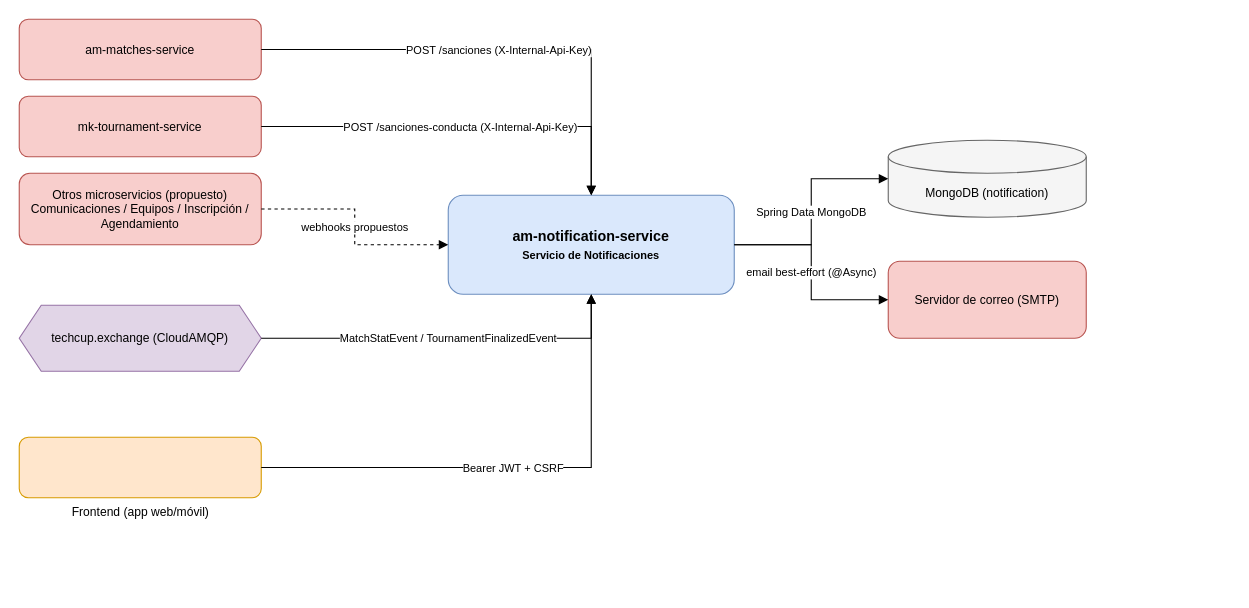
Earlier version of the draw.io diagram docs/assets/diagrams/context-diagram.drawio (TECH-CUP-2026-INT/am-notification-service). Source tidied: cells renumbered, new cells numbered last; positions are measured from the earlier drawing's top-left corner, leaving out a move shared by most shapes. Both pictures are drawn from the tidied source at 110%, with x=0, y=0 at pixel (19, 19).
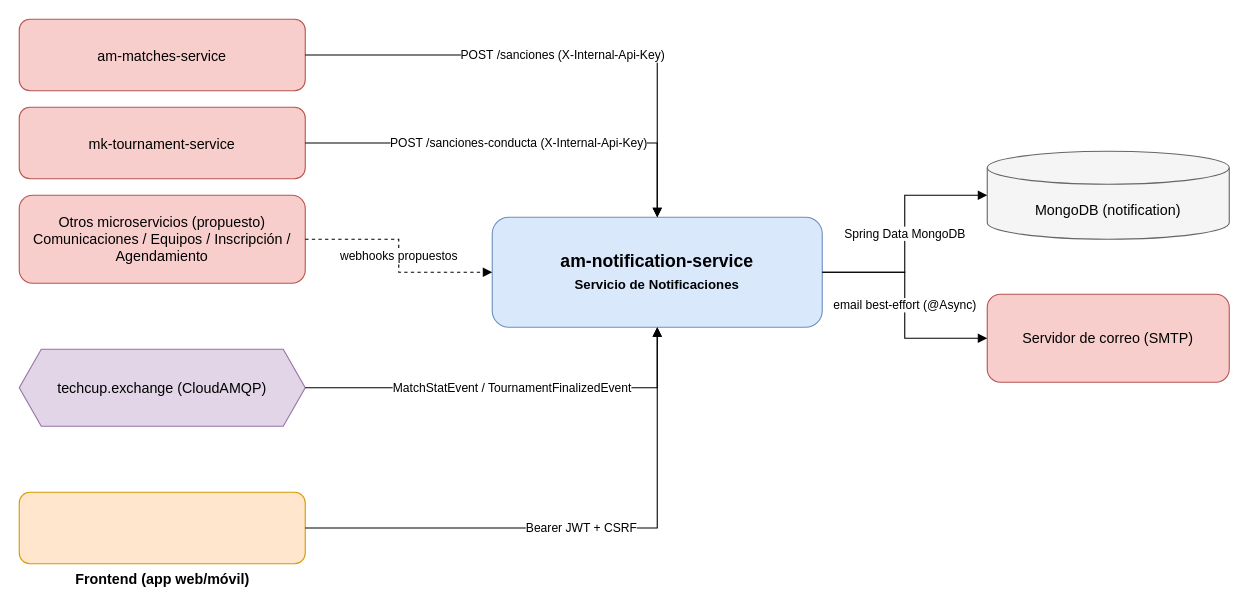
After the change.

Diff of the diagram source:
```diff
@@
 <mxGraphModel>
   <root>
     <mxCell id="0" />
     <mxCell id="1" parent="0" />
-    <mxCell id="2" value="am-matches-service" style="rounded=1;whiteSpace=wrap;html=1;fillColor=#f8cecc;strokeColor=#b85450;fontSize=11;" parent="1" vertex="1">
-      <mxGeometry width="220" height="55" as="geometry" />
+    <mxCell id="2" value="am-matches-service" style="rounded=1;whiteSpace=wrap;html=1;fillColor=#f8cecc;strokeColor=#b85450;fontSize=13;" parent="1" vertex="1">
+      <mxGeometry width="260" height="65" as="geometry" />
     </mxCell>
-    <mxCell id="3" value="mk-tournament-service" style="rounded=1;whiteSpace=wrap;html=1;fillColor=#f8cecc;strokeColor=#b85450;fontSize=11;" parent="1" vertex="1">
-      <mxGeometry y="70" width="220" height="55" as="geometry" />
+    <mxCell id="3" value="mk-tournament-service" style="rounded=1;whiteSpace=wrap;html=1;fillColor=#f8cecc;strokeColor=#b85450;fontSize=13;" parent="1" vertex="1">
+      <mxGeometry y="80" width="260" height="65" as="geometry" />
     </mxCell>
-    <mxCell id="4" value="Otros microservicios (propuesto) Comunicaciones / Equipos / Inscripción / Agendamiento" style="rounded=1;whiteSpace=wrap;html=1;fillColor=#f8cecc;strokeColor=#b85450;fontSize=11;" parent="1" vertex="1">
-      <mxGeometry y="140" width="220" height="65" as="geometry" />
+    <mxCell id="4" value="Otros microservicios (propuesto) Comunicaciones / Equipos / Inscripción / Agendamiento" style="rounded=1;whiteSpace=wrap;html=1;fillColor=#f8cecc;strokeColor=#b85450;fontSize=13;" parent="1" vertex="1">
+      <mxGeometry y="160" width="260" height="80" as="geometry" />
     </mxCell>
-    <mxCell id="5" value="techcup.exchange (CloudAMQP)" style="shape=hexagon;perimeter=hexagonPerimeter2;whiteSpace=wrap;html=1;fixedSize=1;fillColor=#e1d5e7;strokeColor=#9673a6;fontSize=11;" parent="1" vertex="1">
-      <mxGeometry y="260" width="220" height="60" as="geometry" />
+    <mxCell id="5" value="techcup.exchange (CloudAMQP)" style="shape=hexagon;perimeter=hexagonPerimeter2;whiteSpace=wrap;html=1;fixedSize=1;fillColor=#e1d5e7;strokeColor=#9673a6;fontSize=13;" parent="1" vertex="1">
+      <mxGeometry y="300" width="260" height="70" as="geometry" />
     </mxCell>
-    <mxCell id="6" value="Frontend (app web/móvil)" style="rounded=1;verticalLabelPosition=bottom;verticalAlign=top;html=1;outlineConnect=0;fillColor=#ffe6cc;strokeColor=#d79b00;fontSize=11;" parent="1" vertex="1">
-      <mxGeometry y="380" width="220" height="55" as="geometry" />
+    <mxCell id="6" value="Frontend (app web/móvil)" style="rounded=1;verticalLabelPosition=bottom;verticalAlign=top;html=1;outlineConnect=0;fillColor=#ffe6cc;strokeColor=#d79b00;fontSize=13;fontStyle=1;" parent="1" vertex="1">
+      <mxGeometry y="430" width="260" height="65" as="geometry" />
     </mxCell>
-    <mxCell id="7" value="am-notification-service&lt;br&gt;&lt;font style=&quot;font-size:10px&quot;&gt;Servicio de Notificaciones&lt;/font&gt;" style="rounded=1;whiteSpace=wrap;html=1;fillColor=#dae8fc;strokeColor=#6c8ebf;fontStyle=1;fontSize=13;" parent="1" vertex="1">
-      <mxGeometry x="390" y="160" width="260" height="90" as="geometry" />
+    <mxCell id="7" value="am-notification-service&lt;br&gt;&lt;font style=&quot;font-size:12px&quot;&gt;Servicio de Notificaciones&lt;/font&gt;" style="rounded=1;whiteSpace=wrap;html=1;fillColor=#dae8fc;strokeColor=#6c8ebf;fontStyle=1;fontSize=16;" parent="1" vertex="1">
+      <mxGeometry x="430" y="180" width="300" height="100" as="geometry" />
     </mxCell>
-    <mxCell id="8" value="MongoDB (notification)" style="shape=cylinder3;whiteSpace=wrap;html=1;boundedLbl=1;backgroundOutline=1;size=15;fillColor=#f5f5f5;strokeColor=#666666;fontSize=11;" parent="1" vertex="1">
-      <mxGeometry x="790" y="110" width="180" height="70" as="geometry" />
+    <mxCell id="8" value="MongoDB (notification)" style="shape=cylinder3;whiteSpace=wrap;html=1;boundedLbl=1;backgroundOutline=1;size=15;fillColor=#f5f5f5;strokeColor=#666666;fontSize=13;" parent="1" vertex="1">
+      <mxGeometry x="880" y="120" width="220" height="80" as="geometry" />
     </mxCell>
-    <mxCell id="9" value="Servidor de correo (SMTP)" style="rounded=1;whiteSpace=wrap;html=1;fillColor=#f8cecc;strokeColor=#b85450;fontSize=11;" parent="1" vertex="1">
-      <mxGeometry x="790" y="220" width="180" height="70" as="geometry" />
+    <mxCell id="9" value="Servidor de correo (SMTP)" style="rounded=1;whiteSpace=wrap;html=1;fillColor=#f8cecc;strokeColor=#b85450;fontSize=13;" parent="1" vertex="1">
+      <mxGeometry x="880" y="250" width="220" height="80" as="geometry" />
     </mxCell>
-    <mxCell id="10" value="POST /sanciones (X-Internal-Api-Key)" style="edgeStyle=orthogonalEdgeStyle;rounded=0;html=1;endArrow=block;elbow=vertical;fontSize=10;" parent="1" edge="1" source="2" target="7">
+    <mxCell id="10" value="POST /sanciones (X-Internal-Api-Key)" style="edgeStyle=orthogonalEdgeStyle;rounded=0;html=1;endArrow=block;elbow=vertical;fontSize=11;" parent="1" edge="1" source="2" target="7">
       <mxGeometry relative="1" as="geometry" />
     </mxCell>
-    <mxCell id="11" value="POST /sanciones-conducta (X-Internal-Api-Key)" style="edgeStyle=orthogonalEdgeStyle;rounded=0;html=1;endArrow=block;elbow=vertical;fontSize=10;" parent="1" edge="1" source="3" target="7">
+    <mxCell id="11" value="POST /sanciones-conducta (X-Internal-Api-Key)" style="edgeStyle=orthogonalEdgeStyle;rounded=0;html=1;endArrow=block;elbow=vertical;fontSize=11;" parent="1" edge="1" source="3" target="7">
       <mxGeometry relative="1" as="geometry" />
     </mxCell>
-    <mxCell id="12" value="webhooks propuestos" style="edgeStyle=orthogonalEdgeStyle;rounded=0;html=1;endArrow=block;dashed=1;fontSize=10;" parent="1" edge="1" source="4" target="7">
+    <mxCell id="12" value="webhooks propuestos" style="edgeStyle=orthogonalEdgeStyle;rounded=0;html=1;endArrow=block;dashed=1;fontSize=11;" parent="1" edge="1" source="4" target="7">
       <mxGeometry relative="1" as="geometry" />
     </mxCell>
-    <mxCell id="13" value="MatchStatEvent / TournamentFinalizedEvent" style="edgeStyle=orthogonalEdgeStyle;rounded=0;html=1;endArrow=block;elbow=vertical;fontSize=10;" parent="1" edge="1" source="5" target="7">
+    <mxCell id="13" value="MatchStatEvent / TournamentFinalizedEvent" style="edgeStyle=orthogonalEdgeStyle;rounded=0;html=1;endArrow=block;elbow=vertical;fontSize=11;" parent="1" edge="1" source="5" target="7">
       <mxGeometry relative="1" as="geometry" />
     </mxCell>
-    <mxCell id="14" value="Bearer JWT + CSRF" style="edgeStyle=orthogonalEdgeStyle;rounded=0;html=1;endArrow=block;elbow=vertical;fontSize=10;" parent="1" edge="1" source="6" target="7">
+    <mxCell id="14" value="Bearer JWT + CSRF" style="edgeStyle=orthogonalEdgeStyle;rounded=0;html=1;endArrow=block;elbow=vertical;fontSize=11;" parent="1" edge="1" source="6" target="7">
       <mxGeometry relative="1" as="geometry" />
     </mxCell>
-    <mxCell id="15" value="Spring Data MongoDB" style="edgeStyle=orthogonalEdgeStyle;rounded=0;html=1;endArrow=block;elbow=vertical;fontSize=10;" parent="1" edge="1" source="7" target="8">
+    <mxCell id="15" value="Spring Data MongoDB" style="edgeStyle=orthogonalEdgeStyle;rounded=0;html=1;endArrow=block;elbow=vertical;fontSize=11;" parent="1" edge="1" source="7" target="8">
       <mxGeometry relative="1" as="geometry" />
     </mxCell>
-    <mxCell id="16" value="email best-effort (@Async)" style="edgeStyle=orthogonalEdgeStyle;rounded=0;html=1;endArrow=block;elbow=vertical;fontSize=10;" parent="1" edge="1" source="7" target="9">
+    <mxCell id="16" value="email best-effort (@Async)" style="edgeStyle=orthogonalEdgeStyle;rounded=0;html=1;endArrow=block;elbow=vertical;fontSize=11;" parent="1" edge="1" source="7" target="9">
       <mxGeometry relative="1" as="geometry" />
     </mxCell>
   </root>
 </mxGraphModel>
```
